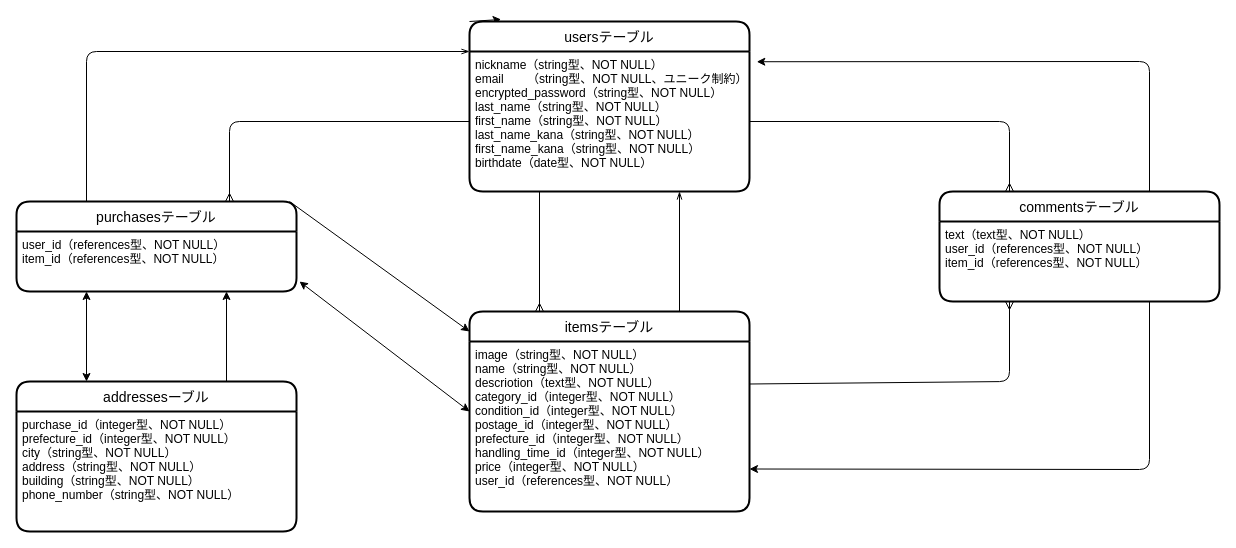
Before: furima.dio in chanoi8558/furima-40431, a draw.io diagram. Source tidied: cells renumbered, new cells numbered last; positions are measured from the earlier drawing's top-left corner, leaving out a move shared by most shapes. Both pictures are drawn from the tidied source at 100%, with x=0, y=0 at pixel (16, 21).
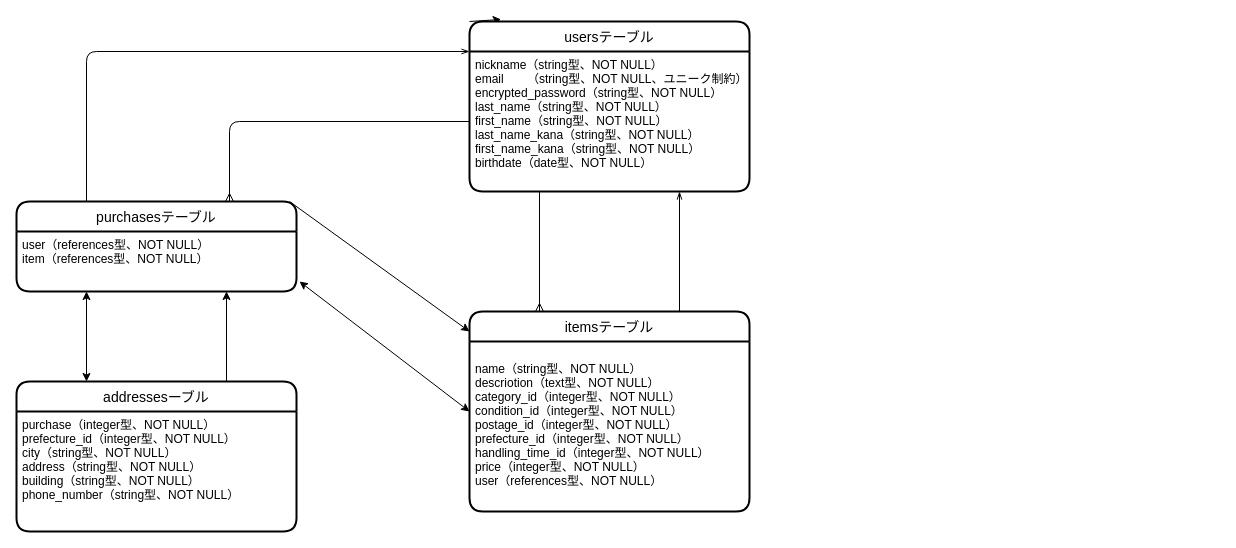
Above is the later version.

Commit message (it also covers changes not shown here):
コートレビューによるReadmeとER図修正

Unchanged cells that the change refers to:
```xml
<mxCell id="5" value="nickname（string型、NOT NULL）&#10;email       （string型、NOT NULL、ユニーク制約）&#10;encrypted_password（string型、NOT NULL）&#10;last_name（string型、NOT NULL）&#10;first_name（string型、NOT NULL）&#10;last_name_kana（string型、NOT NULL）&#10;first_name_kana（string型、NOT NULL）&#10;birthdate（date型、NOT NULL）" style="align=left;strokeColor=none;fillColor=none;spacingLeft=4;fontSize=12;verticalAlign=top;" parent="3" vertex="1">
  <mxGeometry y="30" width="280" height="140" as="geometry" />
</mxCell>
<mxCell id="7" value="itemsテーブル" style="swimlane;horizontal=1;startSize=30;rounded=1;fontSize=14;fontStyle=0;strokeWidth=2;shadow=0;dashed=0;align=center;" parent="1" vertex="1">
  <mxGeometry x="453" y="290" width="280" height="200" as="geometry" />
</mxCell>
<mxCell id="12" value="purchasesテーブル" style="swimlane;horizontal=1;startSize=30;rounded=1;fontSize=14;fontStyle=0;strokeWidth=2;shadow=0;dashed=0;align=center;" parent="1" vertex="1">
  <mxGeometry y="180" width="280" height="90" as="geometry" />
</mxCell>
<mxCell id="20" value="addressesーブル" style="swimlane;horizontal=1;startSize=30;rounded=1;fontSize=14;fontStyle=0;strokeWidth=2;shadow=0;dashed=0;align=center;" parent="1" vertex="1">
  <mxGeometry y="360" width="280" height="150" as="geometry" />
</mxCell>
```

What changed in the source:
```diff
@@
-    <mxCell id="9" value="image（string型、NOT NULL）&#10;name（string型、NOT NULL）&#10;descriotion（text型、NOT NULL）&#10;category_id（integer型、NOT NULL）&#10;condition_id（integer型、NOT NULL）&#10;postage_id（integer型、NOT NULL）&#10;prefecture_id（integer型、NOT NULL）&#10;handling_time_id（integer型、NOT NULL）&#10;price（integer型、NOT NULL）&#10;user_id（references型、NOT NULL）" style="align=left;strokeColor=none;fillColor=none;spacingLeft=4;fontSize=12;verticalAlign=top;" parent="7" vertex="1">
+    <mxCell id="9" value="&#10;name（string型、NOT NULL）&#10;descriotion（text型、NOT NULL）&#10;category_id（integer型、NOT NULL）&#10;condition_id（integer型、NOT NULL）&#10;postage_id（integer型、NOT NULL）&#10;prefecture_id（integer型、NOT NULL）&#10;handling_time_id（integer型、NOT NULL）&#10;price（integer型、NOT NULL）&#10;user（references型、NOT NULL）" style="align=left;strokeColor=none;fillColor=none;spacingLeft=4;fontSize=12;verticalAlign=top;" parent="7" vertex="1">
       <mxGeometry y="30" width="280" height="170" as="geometry" />
     </mxCell>
@@
-    <mxCell id="14" value="user_id（references型、NOT NULL）&#10;item_id（references型、NOT NULL）" style="align=left;strokeColor=none;fillColor=none;spacingLeft=4;fontSize=12;verticalAlign=top;" parent="12" vertex="1">
+    <mxCell id="14" value="user（references型、NOT NULL）&#10;item（references型、NOT NULL）" style="align=left;strokeColor=none;fillColor=none;spacingLeft=4;fontSize=12;verticalAlign=top;" parent="12" vertex="1">
       <mxGeometry y="30" width="280" height="60" as="geometry" />
     </mxCell>
-    <mxCell id="15" style="edgeStyle=none;html=1;exitX=0.75;exitY=0;exitDx=0;exitDy=0;entryX=1.026;entryY=0.073;entryDx=0;entryDy=0;entryPerimeter=0;startArrow=none;startFill=0;endArrow=classic;endFill=1;" parent="1" edge="1" source="16" target="5">
-      <mxGeometry relative="1" as="geometry">
-        <Array as="points">
-          <mxPoint x="1133" y="40" />
-        </Array>
-      </mxGeometry>
-    </mxCell>
-    <mxCell id="16" value="commentsテーブル" style="swimlane;horizontal=1;startSize=30;rounded=1;fontSize=14;fontStyle=0;strokeWidth=2;shadow=0;dashed=0;align=center;" parent="1" vertex="1">
-      <mxGeometry x="923" y="170" width="280" height="110" as="geometry" />
-    </mxCell>
-    <mxCell id="17" style="edgeStyle=none;html=1;entryX=0.5;entryY=1;entryDx=0;entryDy=0;" parent="16" edge="1" source="18" target="16">
-      <mxGeometry relative="1" as="geometry" />
-    </mxCell>
-    <mxCell id="18" value="text（text型、NOT NULL）&#10;user_id（references型、NOT NULL）&#10;item_id（references型、NOT NULL）" style="align=left;strokeColor=none;fillColor=none;spacingLeft=4;fontSize=12;verticalAlign=top;" parent="16" vertex="1">
-      <mxGeometry y="30" width="280" height="80" as="geometry" />
-    </mxCell>
@@
-    <mxCell id="22" value="purchase_id（integer型、NOT NULL）&#10;prefecture_id（integer型、NOT NULL）&#10;city（string型、NOT NULL）&#10;address（string型、NOT NULL）&#10;building（string型、NOT NULL）&#10;phone_number（string型、NOT NULL）" style="align=left;strokeColor=none;fillColor=none;spacingLeft=4;fontSize=12;verticalAlign=top;" parent="20" vertex="1">
+    <mxCell id="22" value="purchase（integer型、NOT NULL）&#10;prefecture_id（integer型、NOT NULL）&#10;city（string型、NOT NULL）&#10;address（string型、NOT NULL）&#10;building（string型、NOT NULL）&#10;phone_number（string型、NOT NULL）" style="align=left;strokeColor=none;fillColor=none;spacingLeft=4;fontSize=12;verticalAlign=top;" parent="20" vertex="1">
       <mxGeometry y="30" width="280" height="120" as="geometry" />
     </mxCell>
@@
-    <mxCell id="25" style="edgeStyle=none;html=1;exitX=1;exitY=0.5;exitDx=0;exitDy=0;startArrow=none;startFill=0;endArrow=ERmany;endFill=0;entryX=0.25;entryY=0;entryDx=0;entryDy=0;" parent="1" edge="1" source="5" target="16">
-      <mxGeometry relative="1" as="geometry">
-        <Array as="points">
-          <mxPoint x="993" y="100" />
-        </Array>
-      </mxGeometry>
-    </mxCell>
-    <mxCell id="26" style="edgeStyle=none;html=1;exitX=1;exitY=0.25;exitDx=0;exitDy=0;entryX=0.25;entryY=1;entryDx=0;entryDy=0;startArrow=none;startFill=0;endArrow=ERmany;endFill=0;" parent="1" edge="1" source="9" target="18">
-      <mxGeometry relative="1" as="geometry">
-        <Array as="points">
-          <mxPoint x="993" y="360" />
-        </Array>
-      </mxGeometry>
-    </mxCell>
-    <mxCell id="27" style="edgeStyle=none;html=1;exitX=0.75;exitY=1;exitDx=0;exitDy=0;entryX=1;entryY=0.75;entryDx=0;entryDy=0;startArrow=none;startFill=0;endArrow=classic;endFill=1;" parent="1" edge="1" source="18" target="9">
-      <mxGeometry relative="1" as="geometry">
-        <Array as="points">
-          <mxPoint x="1133" y="448" />
-        </Array>
-      </mxGeometry>
-    </mxCell>
```
